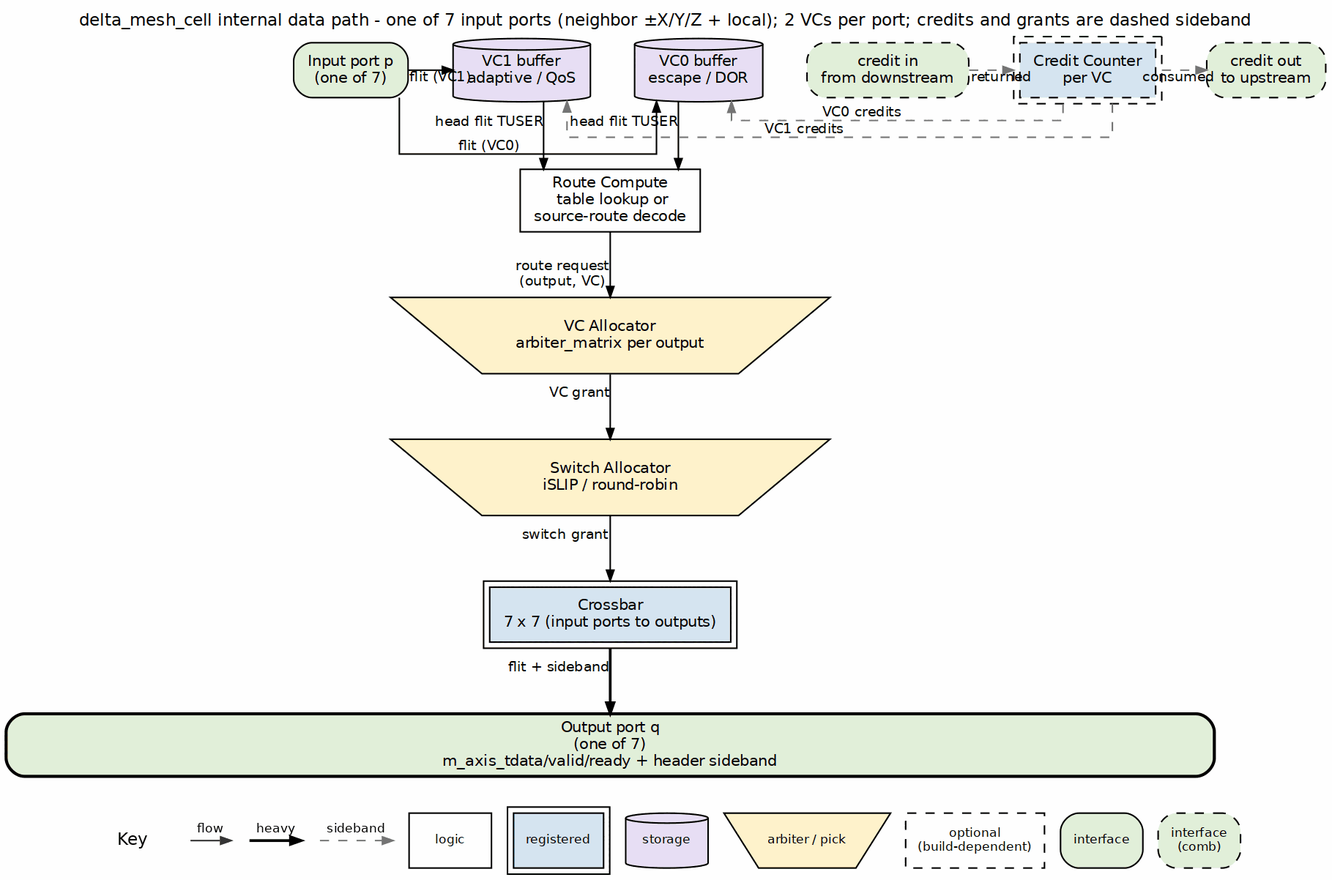
The Graphviz diagram projects/components/fabric-gen-ip/delta/docs/delta_mas/assets/graphviz/delta_mesh_cell_block.png in sean-galloway/RTLDesignSherpa, before a commit. Its source is kept beside it as projects/components/fabric-gen-ip/delta/docs/delta_mas/assets/graphviz/delta_mesh_cell_block.dot.
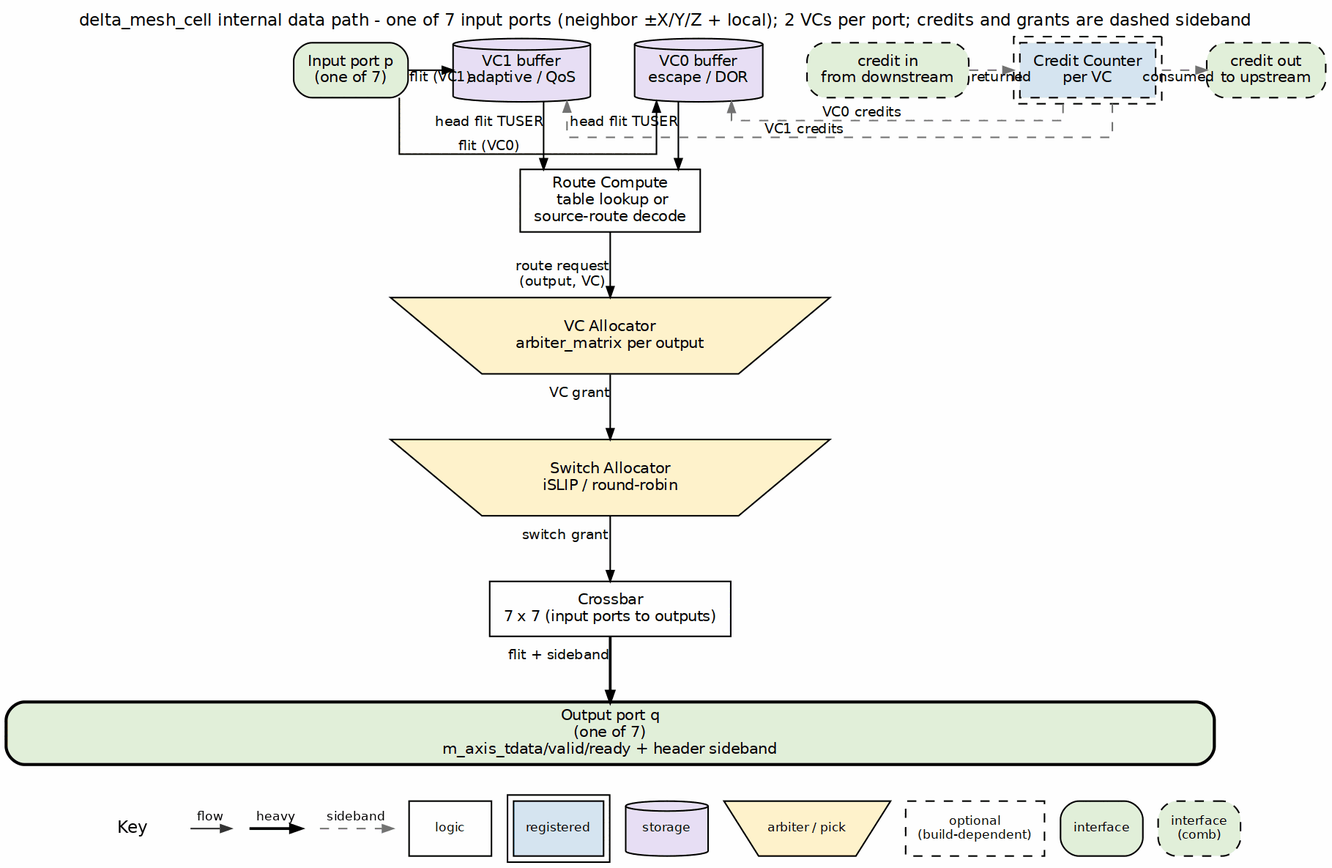
The same diagram one commit later.

Diff of the diagram source:
```diff
@@ -25,7 +25,7 @@
               shape=invtrapezium, width=4.0, height=0.7, group=P, style="filled", fillcolor="#FFF2CC"];
     vc_alloc -> sw_alloc [xlabel="VC grant"];
 
-    xb [label="Crossbar\n7 x 7 (input ports to outputs)", group=P, peripheries=2, style="filled", fillcolor="#D6E4F0"];
+    xb [label="Crossbar\n7 x 7 (input ports to outputs)", group=P, style="filled", fillcolor="white"];
     sw_alloc -> xb [xlabel="switch grant"];
 
     bar [label="Output port q\n(one of 7)\nm_axis_tdata/valid/ready + header sideband",
```
